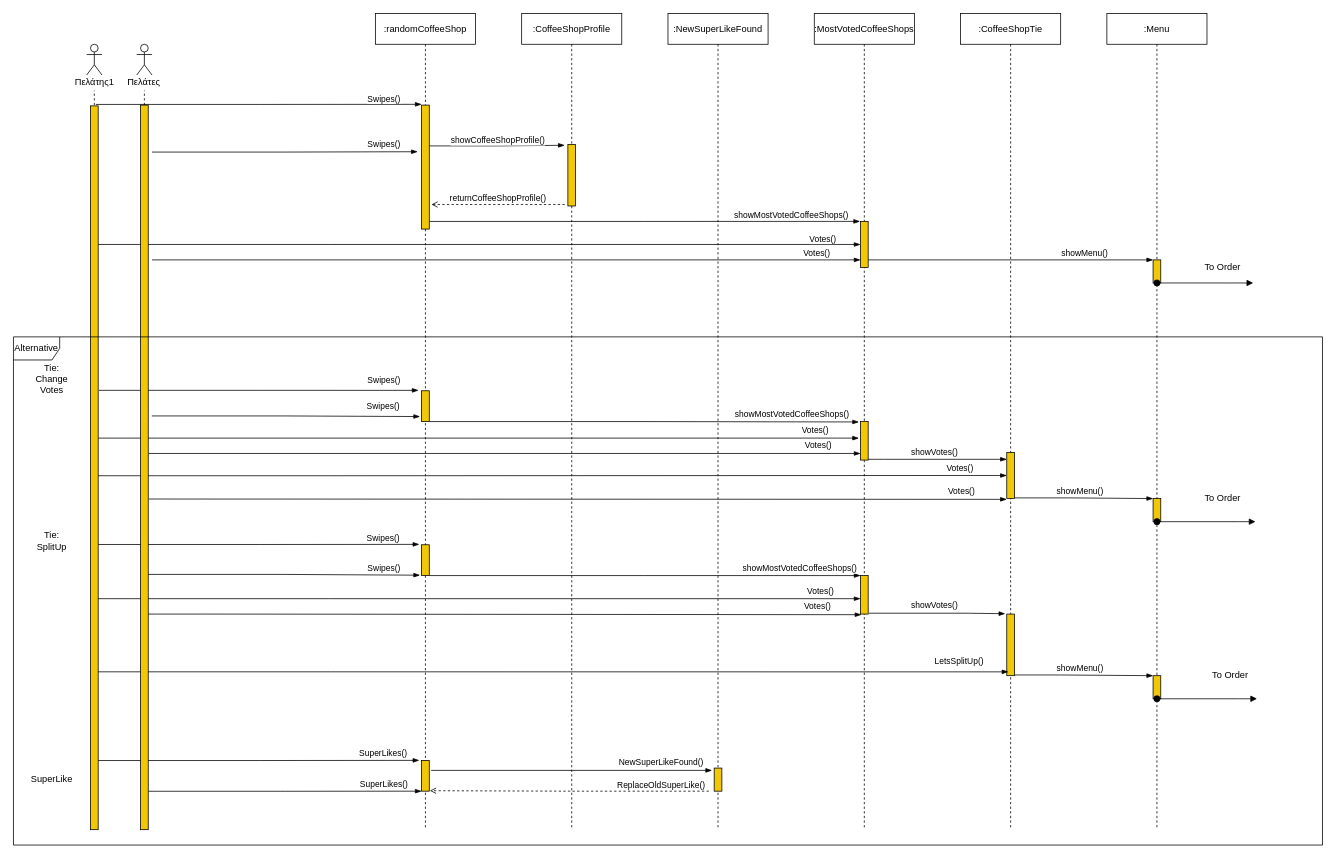
iloudaros/nomnomr keeps this draw.io diagram as docs/contributions/AthanasiaZ/Writing-Charts/Phase4/sequence_team_choice_coffee_shop.drawio. Above is the earlier version. Source tidied: cells renumbered, new cells numbered last; positions are measured from the earlier drawing's top-left corner, leaving out a move shared by most shapes. Both pictures are drawn from the tidied source at 77%, with x=0, y=0 at pixel (13, 13).
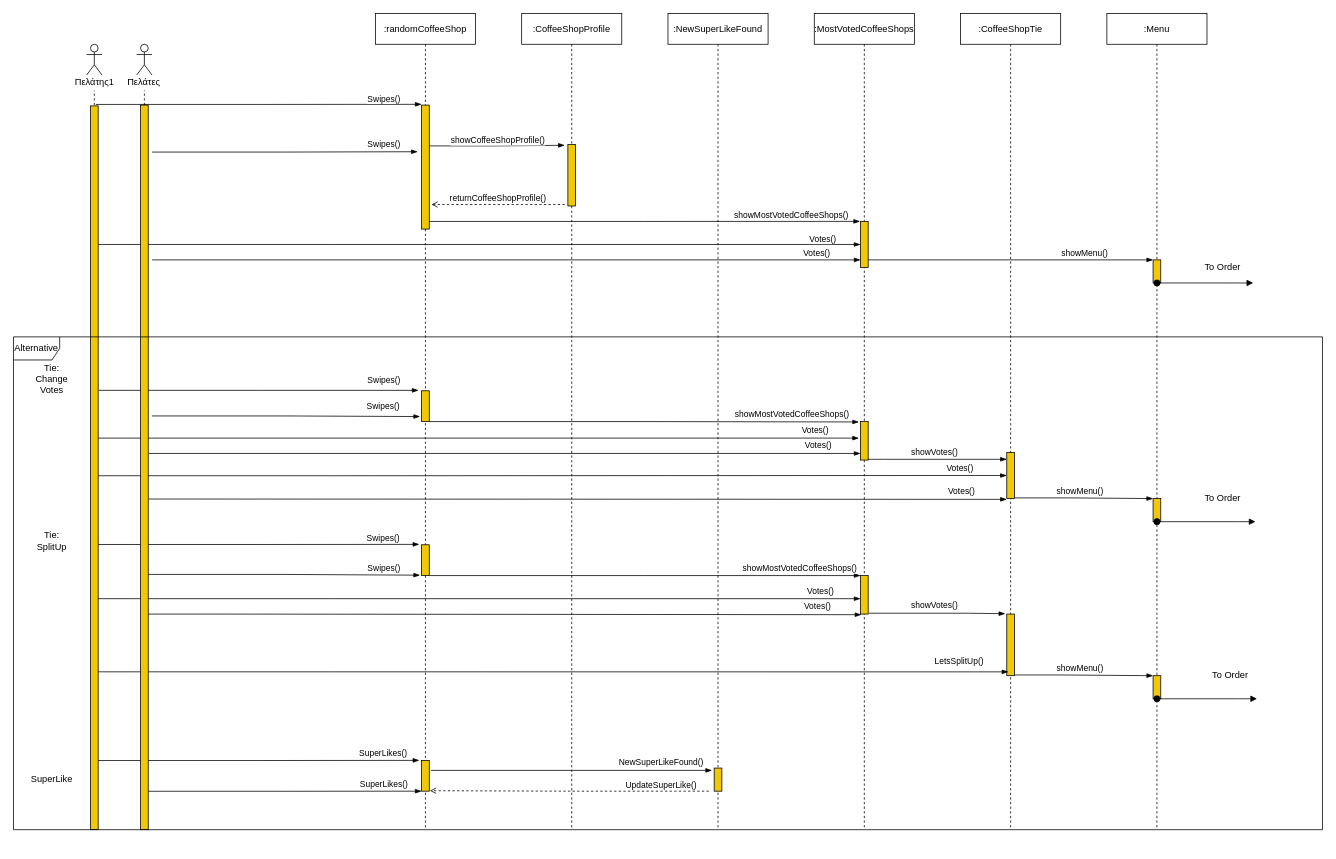
Above is the later version.

Unchanged cells that the change refers to:
```xml
<mxCell id="91" style="edgeStyle=elbowEdgeStyle;fontSize=12;html=1;endArrow=open;endFill=0;rounded=0;dashed=1;exitX=-0.411;exitY=0.976;exitDx=0;exitDy=0;exitPerimeter=0;entryX=1.08;entryY=0.985;entryDx=0;entryDy=0;entryPerimeter=0;" parent="1" edge="1" target="18">
  <mxGeometry relative="1" as="geometry">
    <mxPoint x="903.1" y="1010" as="sourcePoint" />
  </mxGeometry>
</mxCell>
```

Diff of the diagram source:
```diff
@@
-    <mxCell id="92" value="ReplaceOldSuperLike()" style="edgeLabel;html=1;align=center;verticalAlign=middle;" parent="91" vertex="1">
+    <mxCell id="92" value="UpdateSuperLike()" style="edgeLabel;html=1;align=center;verticalAlign=middle;" parent="91" vertex="1">
       <mxGeometry relative="1" as="geometry">
         <mxPoint x="118" y="-9" as="offset" />
       </mxGeometry>
     </mxCell>
@@
     <mxCell id="95" value="Alternative" style="shape=umlFrame;whiteSpace=wrap;html=1;rounded=0;labelBackgroundColor=none;labelBorderColor=none;fontColor=default;fillColor=none;gradientColor=none;" parent="1" vertex="1">
-      <mxGeometry y="420" width="1700" height="660" as="geometry" />
+      <mxGeometry y="420" width="1700" height="640" as="geometry" />
     </mxCell>
```
